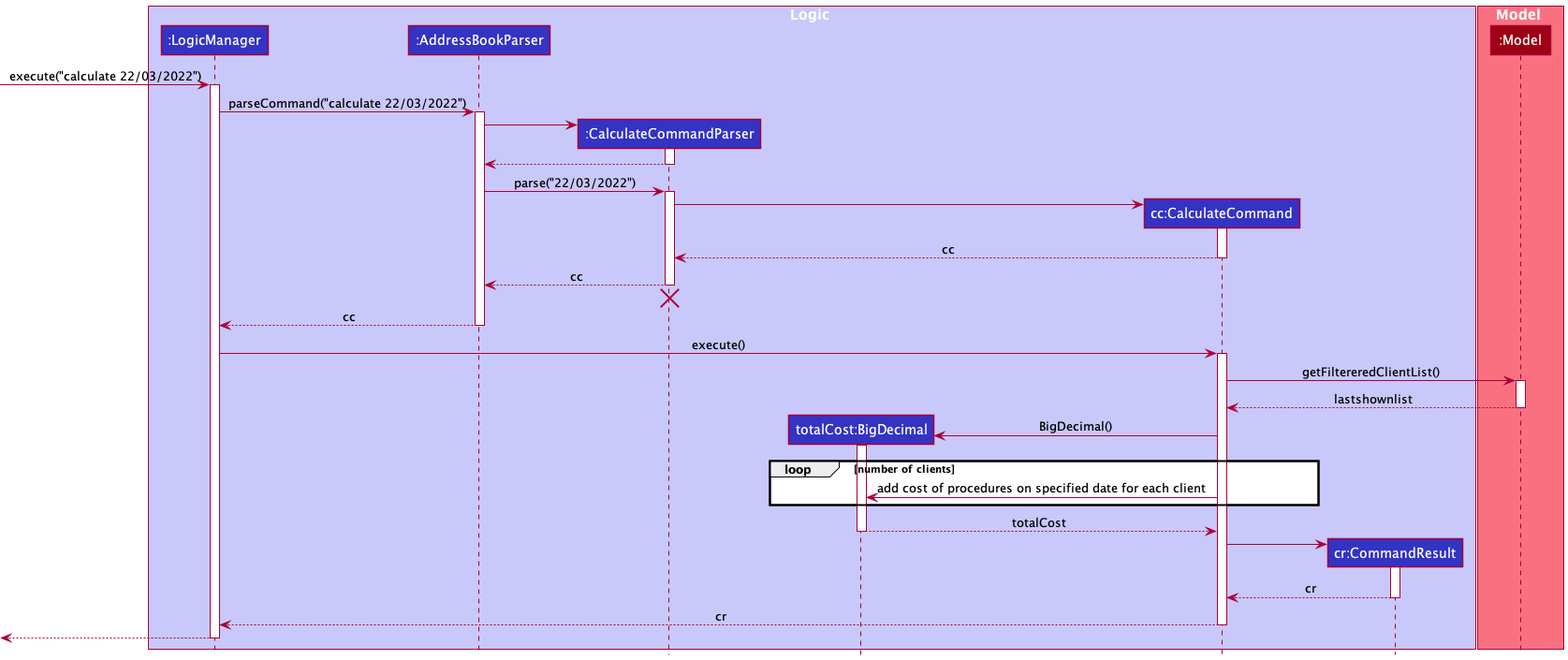
robinrojh/tp keeps this PlantUML diagram as docs/images/CalculateSequenceDiagram.png. Above is the earlier version.
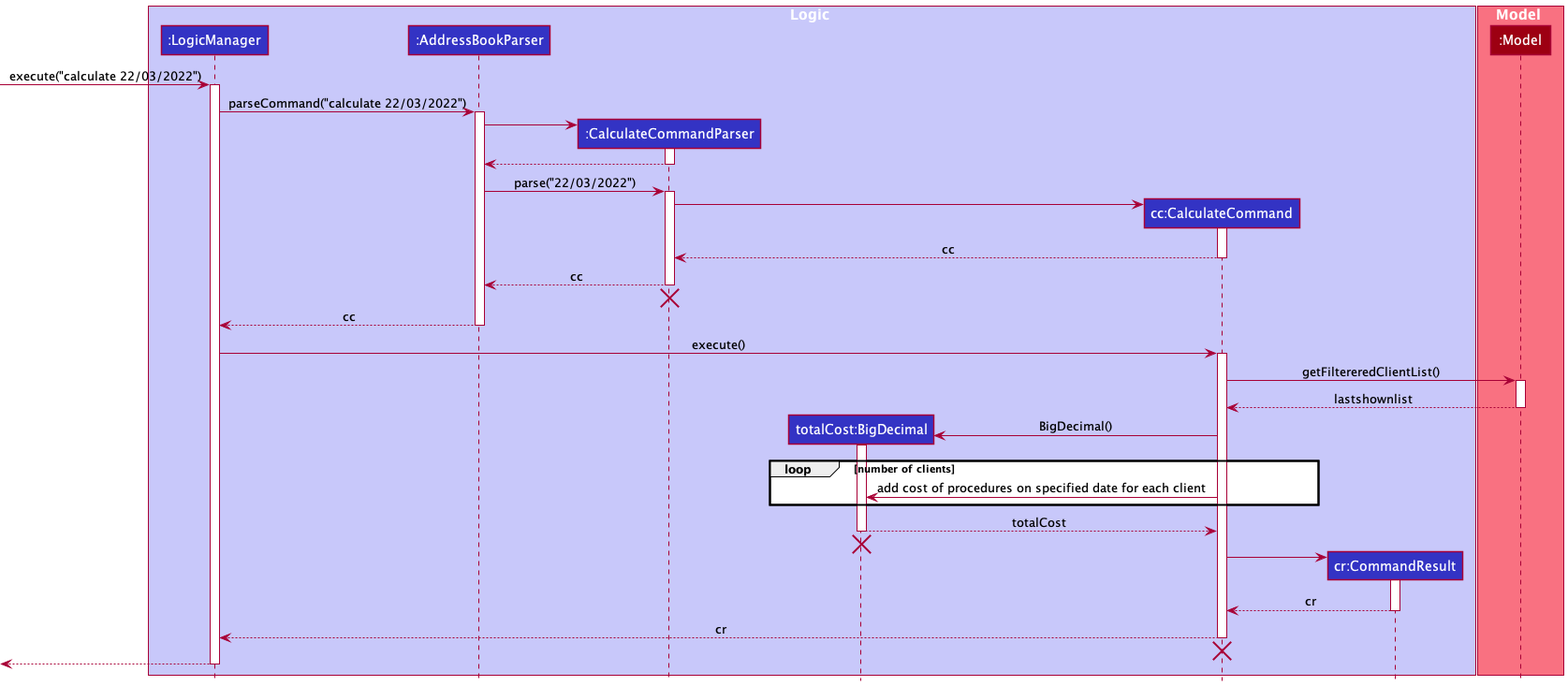
After the commit.

Commit message:
Add destroy command image into the calculateSequenceDiagram

What changed in the source:
```diff
@@ -65,6 +65,9 @@
 totalCost --> CalculateCommand : totalCost
 deactivate totalCost
 
+totalCost -[hidden]-> CalculateCommand
+destroy totalCost
+
 
 
 create CommandResult
@@ -76,6 +79,8 @@
 
 CalculateCommand --> LogicManager : cr
 deactivate CalculateCommand
+CalculateCommand -[hidden]-> LogicManager
+destroy CalculateCommand
 
 [<--LogicManager
 deactivate LogicManager
```
